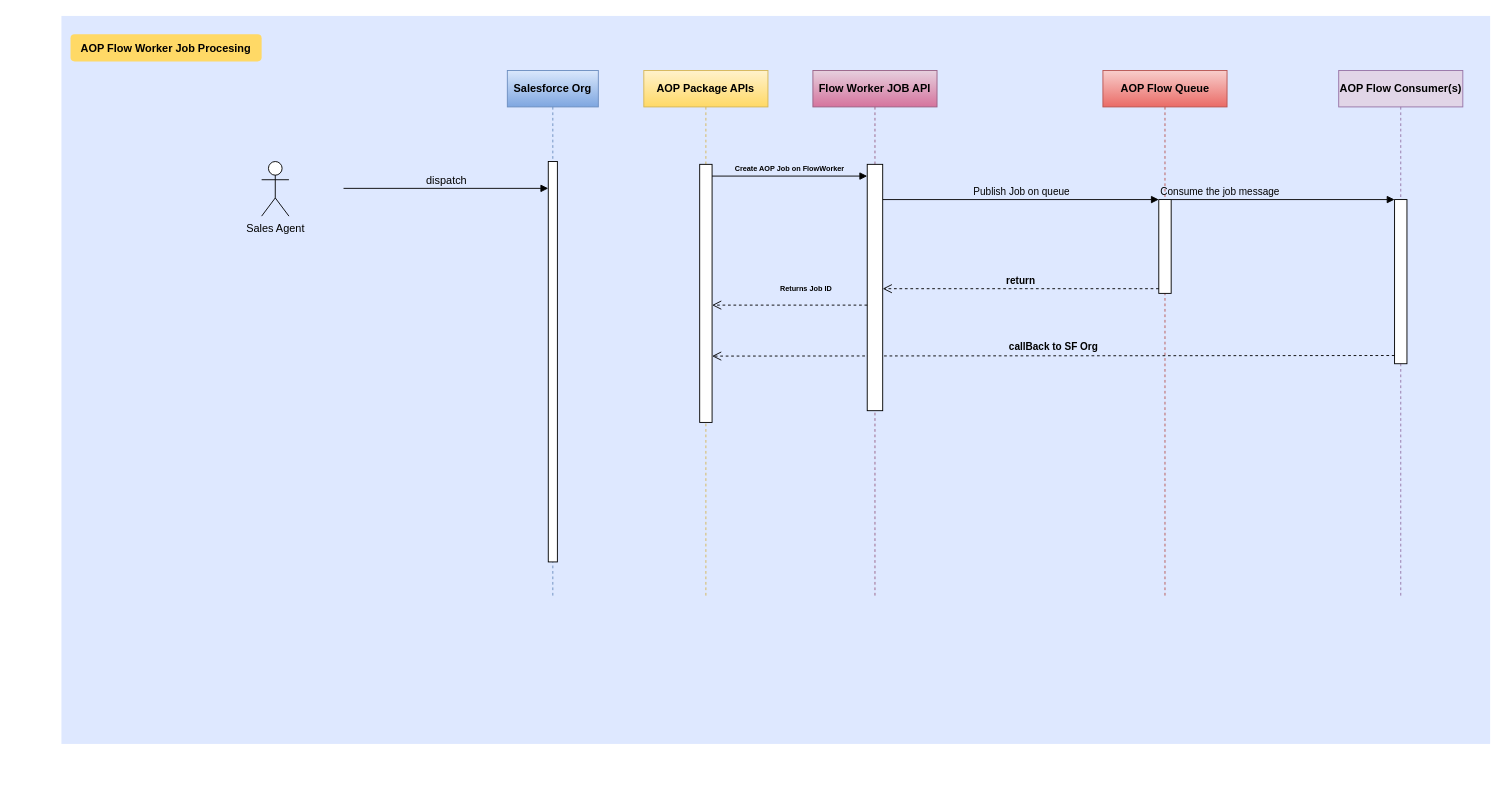
Maxxpower/aop_diagrams keeps this draw.io diagram as HK_SEQ.drawio. Above is the earlier version. Source tidied: cells renumbered, new cells numbered last; positions are measured from the earlier drawing's top-left corner, leaving out a move shared by most shapes. Both pictures are drawn from the tidied source at 91%, with x=0, y=0 at pixel (61, 15).
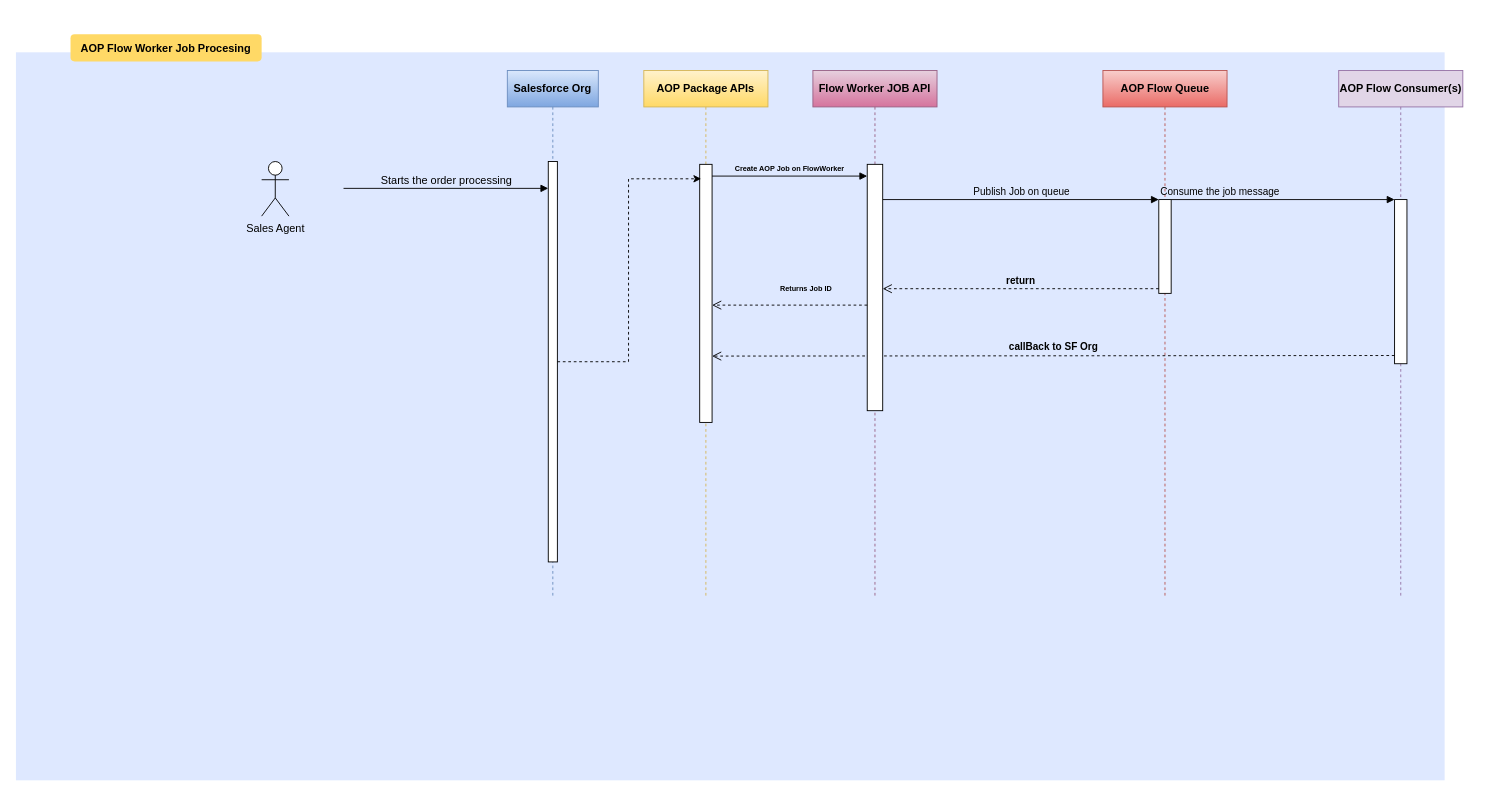
The same diagram, later.

The change refers to these unchanged cells:
```xml
<mxCell id="13" style="html=1;points=[];perimeter=orthogonalPerimeter;" parent="4" vertex="1">
  <mxGeometry x="61.4" y="103.1" width="13.6" height="283.6" as="geometry" />
</mxCell>
<mxCell id="20" style="html=1;points=[];perimeter=orthogonalPerimeter;labelBackgroundColor=none;fontSize=12;" parent="19" vertex="1">
  <mxGeometry x="45" y="100" width="10" height="440" as="geometry" />
</mxCell>
```

The edit, as a diff of the source:
```diff
@@
     <mxCell id="2" style="fillColor=#DEE8FF;strokeColor=none;" parent="1" vertex="1">
-      <mxGeometry width="1570" height="800" as="geometry" />
+      <mxGeometry x="-50" y="40" width="1570" height="800" as="geometry" />
     </mxCell>
@@
-    <mxCell id="22" value="dispatch" style="html=1;verticalAlign=bottom;endArrow=block;rounded=0;labelBackgroundColor=none;fontSize=12;" parent="1" edge="1" target="20">
+    <mxCell id="22" value="Starts the order processing" style="html=1;verticalAlign=bottom;endArrow=block;rounded=0;labelBackgroundColor=none;fontSize=12;" parent="1" edge="1" target="20">
       <mxGeometry relative="1" as="geometry">
         <mxPoint x="310" y="189.5" as="sourcePoint" />
       </mxGeometry>
     </mxCell>
+    <mxCell id="23" style="edgeStyle=orthogonalEdgeStyle;rounded=0;jettySize=auto;html=1;entryX=0.12;entryY=0.056;entryDx=0;entryDy=0;entryPerimeter=0;dashed=1;" parent="1" edge="1" source="20" target="13">
+      <mxGeometry relative="1" as="geometry" />
+    </mxCell>
```
